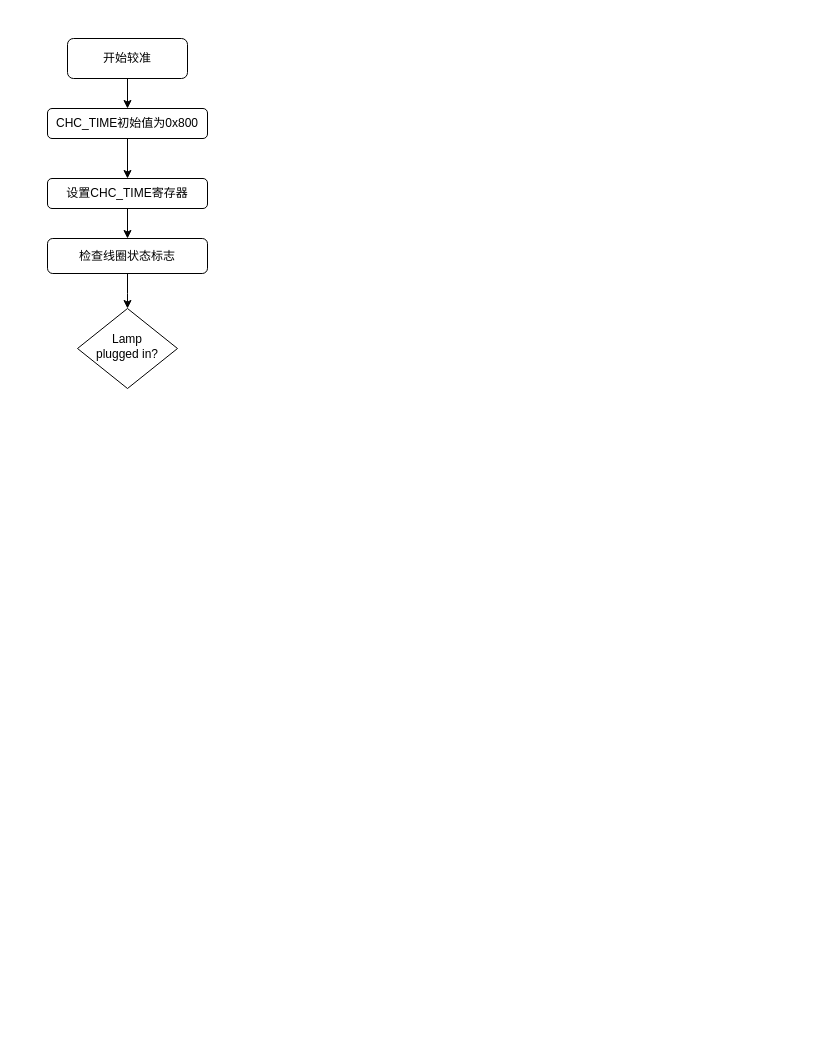
This is Untitled Diagram.drawio from fenixchen/work, a draw.io file, before an edit. Source tidied: cells renumbered, new cells numbered last; positions are measured from the earlier drawing's top-left corner, leaving out a move shared by most shapes. Both pictures are drawn from the tidied source at 100%, with x=0, y=0 at pixel (47, 38).
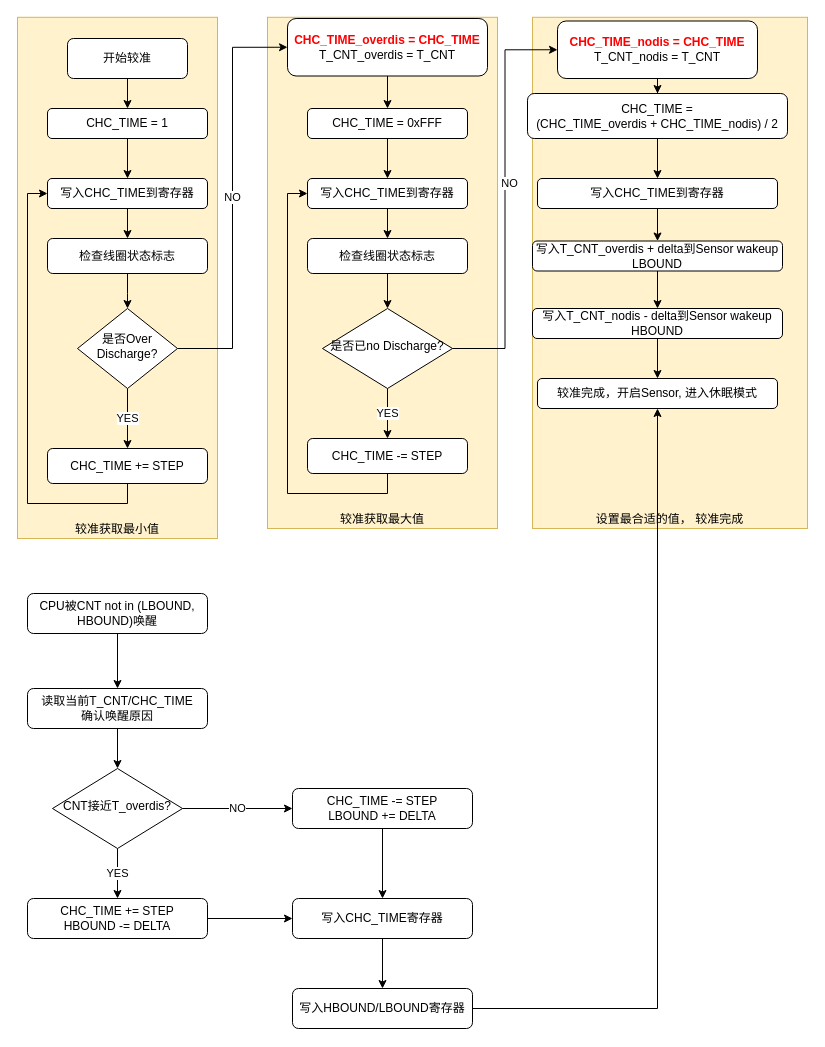
The same diagram, later.

Change to the diagram source:
```diff
@@
+    <mxCell id="11" value="设置最合适的值， 较准完成" style="rounded=0;whiteSpace=wrap;html=1;shadow=0;glass=0;strokeWidth=1;fillColor=#fff2cc;strokeColor=#d6b656;verticalAlign=bottom;" parent="1" vertex="1">
+      <mxGeometry x="485" y="-21.2" width="275" height="511.2" as="geometry" />
+    </mxCell>
+    <mxCell id="12" value="较准获取最大值" style="rounded=0;whiteSpace=wrap;html=1;shadow=0;glass=0;strokeWidth=1;fillColor=#fff2cc;strokeColor=#d6b656;verticalAlign=bottom;" parent="1" vertex="1">
+      <mxGeometry x="220" y="-21.2" width="230" height="511.2" as="geometry" />
+    </mxCell>
+    <mxCell id="13" value="较准获取最小值" style="rounded=0;whiteSpace=wrap;html=1;shadow=0;glass=0;strokeWidth=1;fillColor=#fff2cc;strokeColor=#d6b656;verticalAlign=bottom;" parent="1" vertex="1">
+      <mxGeometry x="-30" y="-21.2" width="200" height="521.2" as="geometry" />
+    </mxCell>
@@
+    <mxCell id="14" value="YES" style="edgeStyle=orthogonalEdgeStyle;rounded=0;jettySize=auto;html=1;entryX=0.5;entryY=0;entryDx=0;entryDy=0;" parent="1" edge="1" source="4" target="17">
+      <mxGeometry relative="1" as="geometry" />
+    </mxCell>
+    <mxCell id="15" value="NO" style="edgeStyle=orthogonalEdgeStyle;rounded=0;jettySize=auto;html=1;exitX=1;exitY=0.5;exitDx=0;exitDy=0;entryX=0;entryY=0.5;entryDx=0;entryDy=0;" parent="1" edge="1" source="4" target="19">
+      <mxGeometry relative="1" as="geometry" />
+    </mxCell>
-    <mxCell id="4" value="Lamp&lt;br&gt;plugged in?" style="rhombus;whiteSpace=wrap;html=1;shadow=0;fontFamily=Helvetica;fontSize=12;align=center;strokeWidth=1;spacing=6;spacingTop=-4;" parent="1" vertex="1">
+    <mxCell id="4" value="是否Over Discharge?" style="rhombus;whiteSpace=wrap;html=1;shadow=0;fontFamily=Helvetica;fontSize=12;align=center;strokeWidth=1;spacing=6;spacingTop=-4;" parent="1" vertex="1">
       <mxGeometry x="30" y="270" width="100" height="80" as="geometry" />
     </mxCell>
@@
-    <mxCell id="6" value="CHC_TIME初始值为0x800" style="whiteSpace=wrap;html=1;rounded=1;shadow=0;strokeWidth=1;glass=0;" parent="1" vertex="1">
+    <mxCell id="6" value="CHC_TIME = 1" style="whiteSpace=wrap;html=1;rounded=1;shadow=0;strokeWidth=1;glass=0;" parent="1" vertex="1">
       <mxGeometry y="70" width="160" height="30" as="geometry" />
     </mxCell>
@@
-    <mxCell id="8" value="设置CHC_TIME寄存器" style="whiteSpace=wrap;html=1;rounded=1;shadow=0;strokeWidth=1;glass=0;" parent="1" vertex="1">
+    <mxCell id="8" value="写入CHC_TIME到寄存器" style="whiteSpace=wrap;html=1;rounded=1;shadow=0;strokeWidth=1;glass=0;" parent="1" vertex="1">
       <mxGeometry y="140" width="160" height="30" as="geometry" />
     </mxCell>
@@
+    <mxCell id="16" style="edgeStyle=orthogonalEdgeStyle;rounded=0;jettySize=auto;html=1;exitX=0.5;exitY=1;exitDx=0;exitDy=0;entryX=0;entryY=0.5;entryDx=0;entryDy=0;" parent="1" edge="1" source="17" target="8">
+      <mxGeometry relative="1" as="geometry" />
+    </mxCell>
+    <mxCell id="17" value="CHC_TIME += STEP" style="whiteSpace=wrap;html=1;rounded=1;shadow=0;strokeWidth=1;glass=0;" parent="1" vertex="1">
+      <mxGeometry y="410" width="160" height="35" as="geometry" />
+    </mxCell>
+    <mxCell id="18" style="edgeStyle=orthogonalEdgeStyle;rounded=0;jettySize=auto;html=1;exitX=0.5;exitY=1;exitDx=0;exitDy=0;" parent="1" edge="1" source="19" target="21">
+      <mxGeometry relative="1" as="geometry" />
+    </mxCell>
+    <mxCell id="19" value="&lt;b&gt;&lt;font color=&quot;#ff0000&quot;&gt;CHC_TIME_overdis = CHC_TIME&lt;br&gt;&lt;/font&gt;&lt;/b&gt;T_CNT_overdis = T_CNT" style="whiteSpace=wrap;html=1;rounded=1;shadow=0;strokeWidth=1;glass=0;" parent="1" vertex="1">
+      <mxGeometry x="240" y="-20" width="200" height="57.5" as="geometry" />
+    </mxCell>
+    <mxCell id="20" style="edgeStyle=orthogonalEdgeStyle;rounded=0;jettySize=auto;html=1;exitX=0.5;exitY=1;exitDx=0;exitDy=0;entryX=0.5;entryY=0;entryDx=0;entryDy=0;" parent="1" edge="1" source="21" target="23">
+      <mxGeometry relative="1" as="geometry" />
+    </mxCell>
+    <mxCell id="21" value="CHC_TIME = 0xFFF" style="whiteSpace=wrap;html=1;rounded=1;shadow=0;strokeWidth=1;glass=0;" parent="1" vertex="1">
+      <mxGeometry x="260" y="70" width="160" height="30" as="geometry" />
+    </mxCell>
+    <mxCell id="22" style="edgeStyle=orthogonalEdgeStyle;rounded=0;jettySize=auto;html=1;exitX=0.5;exitY=1;exitDx=0;exitDy=0;entryX=0.5;entryY=0;entryDx=0;entryDy=0;" parent="1" edge="1" source="23" target="25">
+      <mxGeometry relative="1" as="geometry" />
+    </mxCell>
+    <mxCell id="23" value="写入CHC_TIME到寄存器" style="whiteSpace=wrap;html=1;rounded=1;shadow=0;strokeWidth=1;glass=0;" parent="1" vertex="1">
+      <mxGeometry x="260" y="140" width="160" height="30" as="geometry" />
+    </mxCell>
+    <mxCell id="24" style="edgeStyle=orthogonalEdgeStyle;rounded=0;jettySize=auto;html=1;exitX=0.5;exitY=1;exitDx=0;exitDy=0;entryX=0.5;entryY=0;entryDx=0;entryDy=0;" parent="1" edge="1" source="25" target="29">
+      <mxGeometry relative="1" as="geometry" />
+    </mxCell>
+    <mxCell id="25" value="检查线圈状态标志" style="whiteSpace=wrap;html=1;rounded=1;shadow=0;strokeWidth=1;glass=0;" parent="1" vertex="1">
+      <mxGeometry x="260" y="200" width="160" height="35" as="geometry" />
+    </mxCell>
+    <mxCell id="26" value="YES" style="edgeStyle=orthogonalEdgeStyle;rounded=0;jettySize=auto;html=1;exitX=0.5;exitY=1;exitDx=0;exitDy=0;entryX=0.5;entryY=0;entryDx=0;entryDy=0;" parent="1" edge="1" source="29" target="31">
+      <mxGeometry relative="1" as="geometry" />
+    </mxCell>
+    <mxCell id="27" style="edgeStyle=orthogonalEdgeStyle;rounded=0;jettySize=auto;html=1;exitX=1;exitY=0.5;exitDx=0;exitDy=0;entryX=0;entryY=0.5;entryDx=0;entryDy=0;" parent="1" edge="1" source="29" target="33">
+      <mxGeometry relative="1" as="geometry" />
+    </mxCell>
+    <mxCell id="28" value="NO" style="edgeLabel;html=1;align=center;verticalAlign=middle;" parent="27" vertex="1">
+      <mxGeometry x="0.08" y="-4" relative="1" as="geometry" />
+    </mxCell>
+    <mxCell id="29" value="是否已no Discharge?" style="rhombus;whiteSpace=wrap;html=1;shadow=0;fontFamily=Helvetica;fontSize=12;align=center;strokeWidth=1;spacing=6;spacingTop=-4;" parent="1" vertex="1">
+      <mxGeometry x="275" y="270" width="130" height="80" as="geometry" />
+    </mxCell>
+    <mxCell id="30" style="edgeStyle=orthogonalEdgeStyle;rounded=0;jettySize=auto;html=1;exitX=0.5;exitY=1;exitDx=0;exitDy=0;entryX=0;entryY=0.5;entryDx=0;entryDy=0;" parent="1" edge="1" source="31" target="23">
+      <mxGeometry relative="1" as="geometry" />
+    </mxCell>
+    <mxCell id="31" value="CHC_TIME -= STEP" style="whiteSpace=wrap;html=1;rounded=1;shadow=0;strokeWidth=1;glass=0;" parent="1" vertex="1">
+      <mxGeometry x="260" y="400" width="160" height="35" as="geometry" />
+    </mxCell>
+    <mxCell id="32" style="edgeStyle=orthogonalEdgeStyle;rounded=0;jettySize=auto;html=1;" parent="1" edge="1" source="33" target="35">
+      <mxGeometry relative="1" as="geometry" />
+    </mxCell>
+    <mxCell id="33" value="&lt;b&gt;&lt;font color=&quot;#ff0000&quot;&gt;CHC_TIME_nodis = CHC_TIME&lt;br&gt;&lt;/font&gt;&lt;/b&gt;T_CNT_nodis = T_CNT" style="whiteSpace=wrap;html=1;rounded=1;shadow=0;strokeWidth=1;glass=0;" parent="1" vertex="1">
+      <mxGeometry x="510" y="-17.5" width="200" height="57.5" as="geometry" />
+    </mxCell>
+    <mxCell id="34" style="edgeStyle=orthogonalEdgeStyle;rounded=0;jettySize=auto;html=1;exitX=0.5;exitY=1;exitDx=0;exitDy=0;entryX=0.5;entryY=0;entryDx=0;entryDy=0;" parent="1" edge="1" source="35" target="37">
+      <mxGeometry relative="1" as="geometry" />
+    </mxCell>
+    <mxCell id="35" value="CHC_TIME = &lt;br&gt;(CHC_TIME_overdis + CHC_TIME_nodis) / 2" style="whiteSpace=wrap;html=1;rounded=1;shadow=0;strokeWidth=1;glass=0;" parent="1" vertex="1">
+      <mxGeometry x="480" y="55" width="260" height="45" as="geometry" />
+    </mxCell>
+    <mxCell id="36" style="edgeStyle=orthogonalEdgeStyle;rounded=0;jettySize=auto;html=1;exitX=0.5;exitY=1;exitDx=0;exitDy=0;" parent="1" edge="1" source="37" target="39">
+      <mxGeometry relative="1" as="geometry" />
+    </mxCell>
+    <mxCell id="37" value="写入CHC_TIME到寄存器" style="whiteSpace=wrap;html=1;rounded=1;shadow=0;strokeWidth=1;glass=0;" parent="1" vertex="1">
+      <mxGeometry x="490" y="140" width="240" height="30" as="geometry" />
+    </mxCell>
+    <mxCell id="38" style="edgeStyle=orthogonalEdgeStyle;rounded=0;jettySize=auto;html=1;exitX=0.5;exitY=1;exitDx=0;exitDy=0;entryX=0.5;entryY=0;entryDx=0;entryDy=0;" parent="1" edge="1" source="39" target="41">
+      <mxGeometry relative="1" as="geometry" />
+    </mxCell>
+    <mxCell id="39" value="写入T_CNT_overdis + delta到Sensor wakeup LBOUND" style="whiteSpace=wrap;html=1;rounded=1;shadow=0;strokeWidth=1;glass=0;" parent="1" vertex="1">
+      <mxGeometry x="485" y="202.5" width="250" height="30" as="geometry" />
+    </mxCell>
+    <mxCell id="40" style="edgeStyle=orthogonalEdgeStyle;rounded=0;jettySize=auto;html=1;exitX=0.5;exitY=1;exitDx=0;exitDy=0;entryX=0.5;entryY=0;entryDx=0;entryDy=0;" parent="1" edge="1" source="41" target="42">
+      <mxGeometry relative="1" as="geometry" />
+    </mxCell>
+    <mxCell id="41" value="写入T_CNT_nodis - delta到Sensor wakeup HBOUND" style="whiteSpace=wrap;html=1;rounded=1;shadow=0;strokeWidth=1;glass=0;" parent="1" vertex="1">
+      <mxGeometry x="485" y="270" width="250" height="30" as="geometry" />
+    </mxCell>
+    <mxCell id="42" value="较准完成，开启Sensor, 进入休眠模式" style="whiteSpace=wrap;html=1;rounded=1;shadow=0;strokeWidth=1;glass=0;" parent="1" vertex="1">
+      <mxGeometry x="490" y="340" width="240" height="30" as="geometry" />
+    </mxCell>
+    <mxCell id="43" style="edgeStyle=orthogonalEdgeStyle;rounded=0;jettySize=auto;html=1;exitX=0.5;exitY=1;exitDx=0;exitDy=0;" parent="1" edge="1" source="44" target="46">
+      <mxGeometry relative="1" as="geometry" />
+    </mxCell>
+    <mxCell id="44" value="CPU被CNT not in (LBOUND, HBOUND)唤醒" style="rounded=1;whiteSpace=wrap;html=1;fontSize=12;glass=0;strokeWidth=1;shadow=0;" parent="1" vertex="1">
+      <mxGeometry x="-20" y="555" width="180" height="40" as="geometry" />
+    </mxCell>
+    <mxCell id="45" style="edgeStyle=orthogonalEdgeStyle;rounded=0;jettySize=auto;html=1;exitX=0.5;exitY=1;exitDx=0;exitDy=0;" parent="1" edge="1" source="46" target="49">
+      <mxGeometry relative="1" as="geometry" />
+    </mxCell>
+    <mxCell id="46" value="读取当前T_CNT/CHC_TIME&lt;br&gt;确认唤醒原因" style="rounded=1;whiteSpace=wrap;html=1;fontSize=12;glass=0;strokeWidth=1;shadow=0;" parent="1" vertex="1">
+      <mxGeometry x="-20" y="650" width="180" height="40" as="geometry" />
+    </mxCell>
+    <mxCell id="47" value="YES" style="edgeStyle=orthogonalEdgeStyle;rounded=0;jettySize=auto;html=1;exitX=0.5;exitY=1;exitDx=0;exitDy=0;entryX=0.5;entryY=0;entryDx=0;entryDy=0;" parent="1" edge="1" source="49" target="51">
+      <mxGeometry relative="1" as="geometry" />
+    </mxCell>
+    <mxCell id="48" value="NO" style="edgeStyle=orthogonalEdgeStyle;rounded=0;jettySize=auto;html=1;exitX=1;exitY=0.5;exitDx=0;exitDy=0;" parent="1" edge="1" source="49" target="53">
+      <mxGeometry relative="1" as="geometry" />
+    </mxCell>
+    <mxCell id="49" value="CNT接近T_overdis?" style="rhombus;whiteSpace=wrap;html=1;shadow=0;fontFamily=Helvetica;fontSize=12;align=center;strokeWidth=1;spacing=6;spacingTop=-4;" parent="1" vertex="1">
+      <mxGeometry x="5" y="730" width="130" height="80" as="geometry" />
+    </mxCell>
+    <mxCell id="50" style="edgeStyle=orthogonalEdgeStyle;rounded=0;jettySize=auto;html=1;exitX=1;exitY=0.5;exitDx=0;exitDy=0;entryX=0;entryY=0.5;entryDx=0;entryDy=0;" parent="1" edge="1" source="51" target="55">
+      <mxGeometry relative="1" as="geometry" />
+    </mxCell>
+    <mxCell id="51" value="CHC_TIME += STEP&lt;br&gt;HBOUND -= DELTA" style="rounded=1;whiteSpace=wrap;html=1;fontSize=12;glass=0;strokeWidth=1;shadow=0;" parent="1" vertex="1">
+      <mxGeometry x="-20" y="860" width="180" height="40" as="geometry" />
+    </mxCell>
+    <mxCell id="52" style="edgeStyle=orthogonalEdgeStyle;rounded=0;jettySize=auto;html=1;exitX=0.5;exitY=1;exitDx=0;exitDy=0;entryX=0.5;entryY=0;entryDx=0;entryDy=0;" parent="1" edge="1" source="53" target="55">
+      <mxGeometry relative="1" as="geometry" />
+    </mxCell>
+    <mxCell id="53" value="CHC_TIME -= STEP&lt;br&gt;LBOUND += DELTA" style="rounded=1;whiteSpace=wrap;html=1;fontSize=12;glass=0;strokeWidth=1;shadow=0;" parent="1" vertex="1">
+      <mxGeometry x="245" y="750" width="180" height="40" as="geometry" />
+    </mxCell>
+    <mxCell id="54" style="edgeStyle=orthogonalEdgeStyle;rounded=0;jettySize=auto;html=1;exitX=0.5;exitY=1;exitDx=0;exitDy=0;" parent="1" edge="1" source="55" target="57">
+      <mxGeometry relative="1" as="geometry" />
+    </mxCell>
+    <mxCell id="55" value="写入CHC_TIME寄存器" style="rounded=1;whiteSpace=wrap;html=1;fontSize=12;glass=0;strokeWidth=1;shadow=0;" parent="1" vertex="1">
+      <mxGeometry x="245" y="860" width="180" height="40" as="geometry" />
+    </mxCell>
+    <mxCell id="56" style="edgeStyle=orthogonalEdgeStyle;rounded=0;jettySize=auto;html=1;exitX=1;exitY=0.5;exitDx=0;exitDy=0;" parent="1" edge="1" source="57" target="42">
+      <mxGeometry relative="1" as="geometry" />
+    </mxCell>
+    <mxCell id="57" value="写入HBOUND/LBOUND寄存器" style="rounded=1;whiteSpace=wrap;html=1;fontSize=12;glass=0;strokeWidth=1;shadow=0;" parent="1" vertex="1">
+      <mxGeometry x="245" y="950" width="180" height="40" as="geometry" />
+    </mxCell>
```
